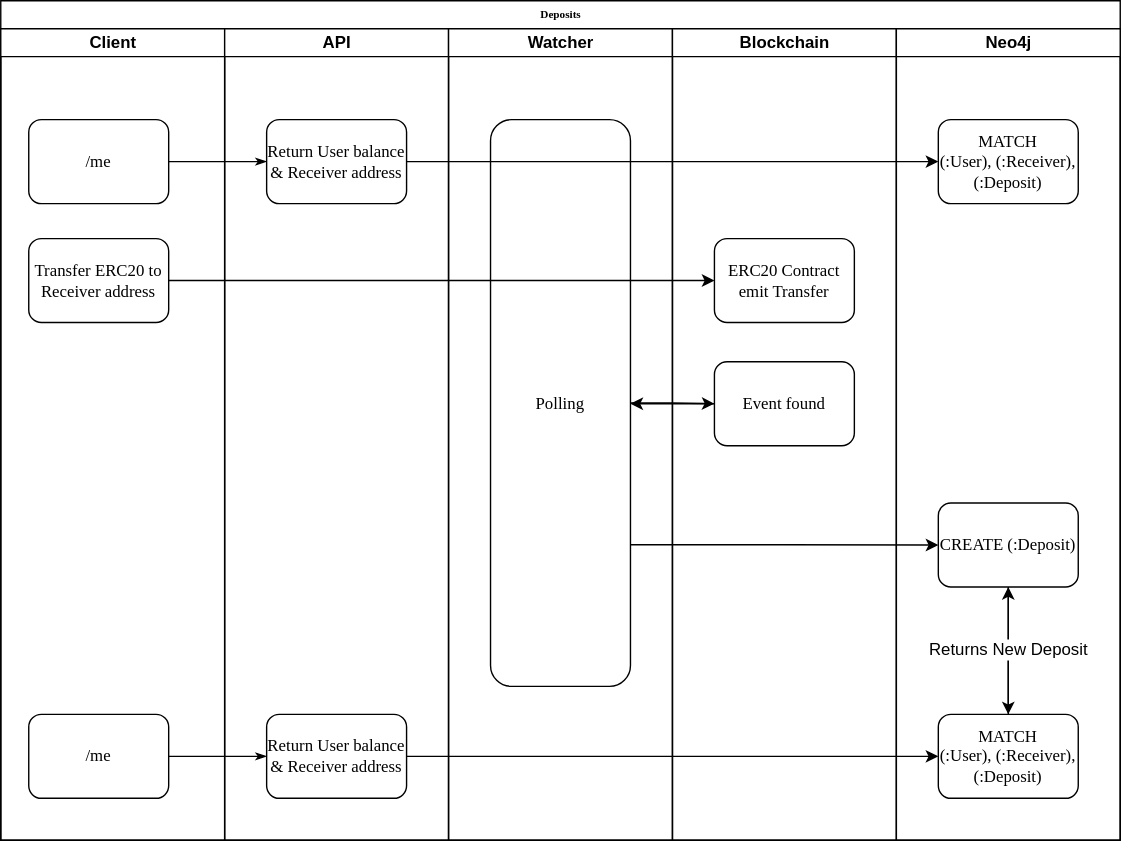
Before: docs/diagrams/deposit.drawio.svg, a diagram exported from draw.io (danstarns/centralized-eth-erc20-payments). Source tidied: cells renumbered, new cells last; positions are measured from the earlier drawing's top-left corner, leaving out a move shared by most shapes.
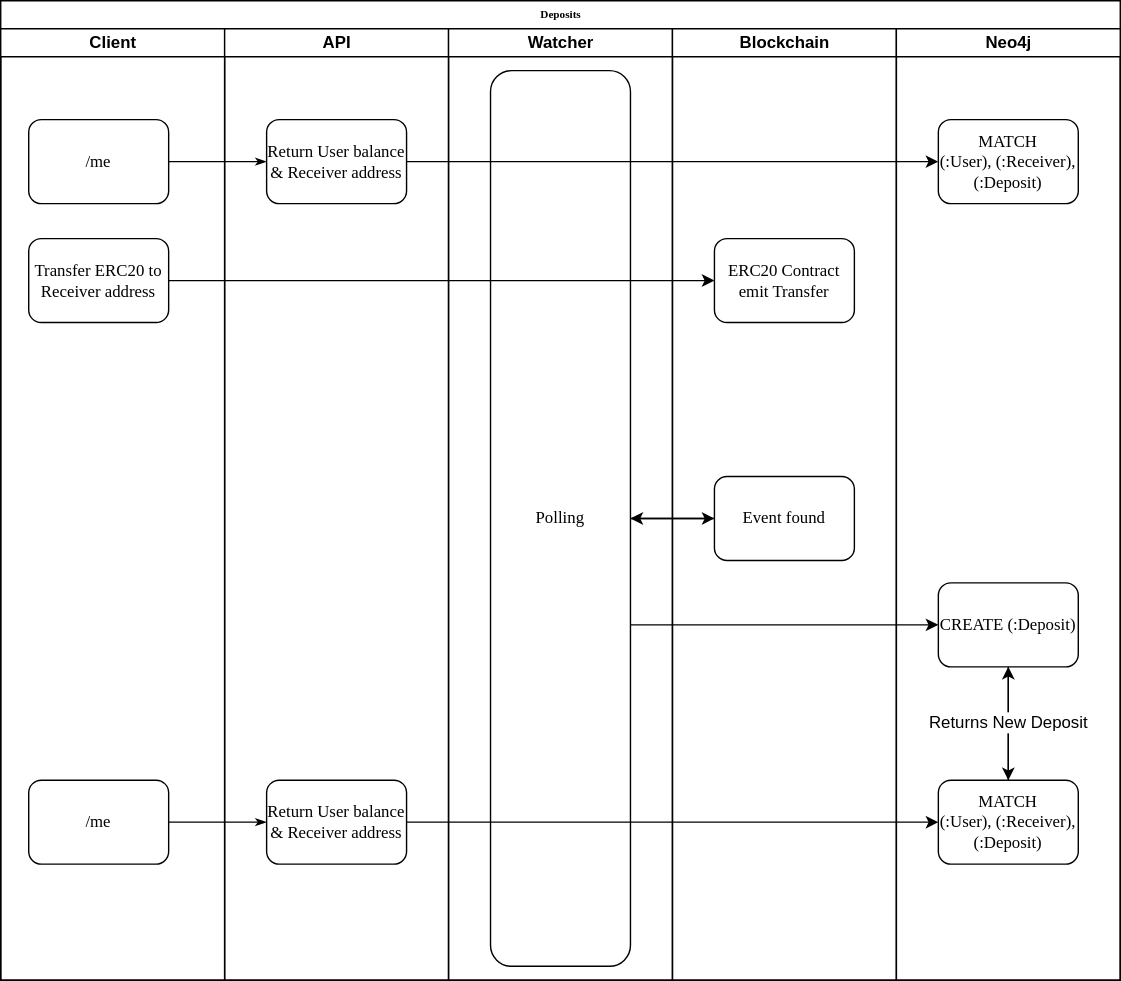
After the change.

The edit, as a diff of the source:
```diff
@@ -3,10 +3,10 @@
     <mxCell id="0" />
     <mxCell id="1" parent="0" />
     <mxCell id="2" value="Deposits" style="swimlane;html=1;startSize=20;rounded=0;shadow=0;labelBackgroundColor=none;strokeWidth=1;fontFamily=Verdana;fontSize=8;align=center;" parent="1" vertex="1">
-      <mxGeometry width="800" height="600" as="geometry" />
+      <mxGeometry width="800" height="700" as="geometry" />
     </mxCell>
     <mxCell id="3" value="Client" style="swimlane;html=1;startSize=20;" parent="2" vertex="1">
-      <mxGeometry y="20" width="160" height="580" as="geometry" />
+      <mxGeometry y="20" width="160" height="680" as="geometry" />
     </mxCell>
     <mxCell id="4" value="&lt;font style=&quot;font-size: 12px&quot;&gt;/me&lt;/font&gt;" style="rounded=1;whiteSpace=wrap;html=1;shadow=0;labelBackgroundColor=none;strokeWidth=1;fontFamily=Verdana;fontSize=8;align=center;" parent="3" vertex="1">
       <mxGeometry x="20" y="65" width="100" height="60" as="geometry" />
@@ -15,7 +15,7 @@
       <mxGeometry x="20" y="150" width="100" height="60" as="geometry" />
     </mxCell>
     <mxCell id="6" value="&lt;font style=&quot;font-size: 12px&quot;&gt;/me&lt;/font&gt;" style="rounded=1;whiteSpace=wrap;html=1;shadow=0;labelBackgroundColor=none;strokeWidth=1;fontFamily=Verdana;fontSize=8;align=center;" parent="3" vertex="1">
-      <mxGeometry x="20" y="490" width="100" height="60" as="geometry" />
+      <mxGeometry x="20" y="537" width="100" height="60" as="geometry" />
     </mxCell>
     <mxCell id="7" style="edgeStyle=orthogonalEdgeStyle;rounded=1;html=1;labelBackgroundColor=none;startArrow=none;startFill=0;startSize=5;endArrow=classicThin;endFill=1;endSize=5;jettySize=auto;strokeWidth=1;fontFamily=Verdana;fontSize=8;" parent="2" edge="1" source="4">
       <mxGeometry relative="1" as="geometry">
@@ -23,32 +23,32 @@
       </mxGeometry>
     </mxCell>
     <mxCell id="8" value="API" style="swimlane;html=1;startSize=20;" parent="2" vertex="1">
-      <mxGeometry x="160" y="20" width="160" height="580" as="geometry" />
+      <mxGeometry x="160" y="20" width="160" height="680" as="geometry" />
     </mxCell>
     <mxCell id="9" value="&lt;font style=&quot;font-size: 12px&quot;&gt;Return User balance &amp;amp; Receiver address&lt;/font&gt;" style="rounded=1;whiteSpace=wrap;html=1;shadow=0;labelBackgroundColor=none;strokeWidth=1;fontFamily=Verdana;fontSize=8;align=center;" parent="8" vertex="1">
       <mxGeometry x="30" y="65" width="100" height="60" as="geometry" />
     </mxCell>
     <mxCell id="10" value="&lt;span style=&quot;font-size: 12px&quot;&gt;Return User balance &amp;amp; Receiver address&lt;/span&gt;" style="rounded=1;whiteSpace=wrap;html=1;shadow=0;labelBackgroundColor=none;strokeWidth=1;fontFamily=Verdana;fontSize=8;align=center;" parent="8" vertex="1">
-      <mxGeometry x="30" y="490" width="100" height="60" as="geometry" />
+      <mxGeometry x="30" y="537" width="100" height="60" as="geometry" />
     </mxCell>
     <mxCell id="11" value="Watcher" style="swimlane;html=1;startSize=20;" parent="2" vertex="1">
-      <mxGeometry x="320" y="20" width="160" height="580" as="geometry" />
+      <mxGeometry x="320" y="20" width="160" height="680" as="geometry" />
     </mxCell>
     <mxCell id="12" value="&lt;font style=&quot;font-size: 12px&quot;&gt;Polling&lt;/font&gt;" style="rounded=1;whiteSpace=wrap;html=1;shadow=0;labelBackgroundColor=none;strokeWidth=1;fontFamily=Verdana;fontSize=8;align=center;" parent="11" vertex="1">
-      <mxGeometry x="30" y="65" width="100" height="405" as="geometry" />
+      <mxGeometry x="30" y="30" width="100" height="640" as="geometry" />
     </mxCell>
     <mxCell id="13" style="edgeStyle=orthogonalEdgeStyle;rounded=0;orthogonalLoop=1;jettySize=auto;html=1;exitX=0.5;exitY=1;exitDx=0;exitDy=0;fontSize=12;" parent="11" edge="1" source="12" target="12">
       <mxGeometry relative="1" as="geometry" />
     </mxCell>
     <mxCell id="14" value="Blockchain" style="swimlane;html=1;startSize=20;" parent="2" vertex="1">
-      <mxGeometry x="480" y="20" width="160" height="580" as="geometry" />
+      <mxGeometry x="480" y="20" width="160" height="680" as="geometry" />
     </mxCell>
-    <mxCell id="15" style="edgeStyle=orthogonalEdgeStyle;rounded=1;html=1;labelBackgroundColor=none;startArrow=none;startFill=0;startSize=5;endArrow=classicThin;endFill=1;endSize=5;jettySize=auto;strokeColor=#000000;strokeWidth=1;fontFamily=Verdana;fontSize=8;fontColor=#000000;" parent="14" edge="1" target="x">
+    <mxCell id="15" style="edgeStyle=orthogonalEdgeStyle;rounded=1;html=1;labelBackgroundColor=none;startArrow=none;startFill=0;startSize=5;endArrow=classicThin;endFill=1;endSize=5;jettySize=auto;orthogonalLoop=1;strokeColor=#000000;strokeWidth=1;fontFamily=Verdana;fontSize=8;fontColor=#000000;" parent="14" edge="1">
       <mxGeometry relative="1" as="geometry">
         <mxPoint x="80" y="300" as="sourcePoint" />
       </mxGeometry>
     </mxCell>
-    <mxCell id="16" style="edgeStyle=orthogonalEdgeStyle;rounded=1;html=1;labelBackgroundColor=none;startArrow=none;startFill=0;startSize=5;endArrow=classicThin;endFill=1;endSize=5;jettySize=auto;strokeWidth=1;fontFamily=Verdana;fontSize=8;" parent="14" edge="1" target="x">
+    <mxCell id="16" style="edgeStyle=orthogonalEdgeStyle;rounded=1;html=1;labelBackgroundColor=none;startArrow=none;startFill=0;startSize=5;endArrow=classicThin;endFill=1;endSize=5;jettySize=auto;orthogonalLoop=1;strokeWidth=1;fontFamily=Verdana;fontSize=8;" parent="14" edge="1">
       <mxGeometry relative="1" as="geometry">
         <mxPoint x="80" y="380" as="sourcePoint" />
       </mxGeometry>
@@ -57,10 +57,16 @@
       <mxGeometry x="30" y="150" width="100" height="60" as="geometry" />
     </mxCell>
     <mxCell id="18" value="Event found" style="rounded=1;whiteSpace=wrap;html=1;shadow=0;labelBackgroundColor=none;strokeWidth=1;fontFamily=Verdana;fontSize=12;align=center;" parent="14" vertex="1">
-      <mxGeometry x="30" y="238" width="100" height="60" as="geometry" />
+      <mxGeometry x="30" y="320" width="100" height="60" as="geometry" />
     </mxCell>
+    <mxCell id="29" style="edgeStyle=orthogonalEdgeStyle;rounded=1;html=1;labelBackgroundColor=none;startArrow=none;startFill=0;startSize=5;endArrow=classicThin;endFill=1;endSize=5;jettySize=auto;strokeWidth=1;fontFamily=Verdana;fontSize=8;entryX=0;entryY=0.5;entryDx=0;entryDy=0;" parent="2" edge="1" source="6" target="10">
+      <mxGeometry relative="1" as="geometry" />
+    </mxCell>
+    <mxCell id="30" style="edgeStyle=orthogonalEdgeStyle;rounded=0;jettySize=auto;html=1;exitX=1;exitY=0.5;exitDx=0;exitDy=0;entryX=0;entryY=0.5;entryDx=0;entryDy=0;fontSize=12;" parent="2" edge="1" source="10" target="24">
+      <mxGeometry relative="1" as="geometry" />
+    </mxCell>
     <mxCell id="19" value="Neo4j" style="swimlane;html=1;startSize=20;" parent="2" vertex="1">
-      <mxGeometry x="640" y="20" width="160" height="580" as="geometry" />
+      <mxGeometry x="640" y="20" width="160" height="680" as="geometry" />
     </mxCell>
     <mxCell id="20" value="&lt;font style=&quot;font-size: 12px&quot;&gt;MATCH&lt;br&gt;(:User), (:Receiver), (:Deposit)&lt;/font&gt;" style="rounded=1;whiteSpace=wrap;html=1;shadow=0;labelBackgroundColor=none;strokeWidth=1;fontFamily=Verdana;fontSize=8;align=center;" parent="19" vertex="1">
       <mxGeometry x="30" y="65" width="100" height="60" as="geometry" />
@@ -69,13 +75,13 @@
       <mxGeometry relative="1" as="geometry" />
     </mxCell>
     <mxCell id="22" value="&lt;font style=&quot;font-size: 12px&quot;&gt;CREATE (:Deposit)&lt;/font&gt;" style="rounded=1;whiteSpace=wrap;html=1;shadow=0;labelBackgroundColor=none;strokeWidth=1;fontFamily=Verdana;fontSize=8;align=center;" parent="19" vertex="1">
-      <mxGeometry x="30" y="339" width="100" height="60" as="geometry" />
+      <mxGeometry x="30" y="396" width="100" height="60" as="geometry" />
     </mxCell>
     <mxCell id="23" value="Returns New Deposit" style="edgeStyle=orthogonalEdgeStyle;rounded=0;jettySize=auto;html=1;exitX=0.5;exitY=0;exitDx=0;exitDy=0;entryX=0.5;entryY=1;entryDx=0;entryDy=0;fontSize=12;" parent="19" edge="1" source="24" target="22">
       <mxGeometry relative="1" as="geometry" />
     </mxCell>
     <mxCell id="24" value="&lt;font style=&quot;font-size: 12px&quot;&gt;MATCH&lt;br&gt;(:User), (:Receiver), (:Deposit)&lt;/font&gt;" style="rounded=1;whiteSpace=wrap;html=1;shadow=0;labelBackgroundColor=none;strokeWidth=1;fontFamily=Verdana;fontSize=8;align=center;" parent="19" vertex="1">
-      <mxGeometry x="30" y="490" width="100" height="60" as="geometry" />
+      <mxGeometry x="30" y="537" width="100" height="60" as="geometry" />
     </mxCell>
     <mxCell id="25" style="edgeStyle=orthogonalEdgeStyle;rounded=0;jettySize=auto;html=1;exitX=1;exitY=0.5;exitDx=0;exitDy=0;fontSize=12;" parent="2" edge="1" source="9" target="20">
       <mxGeometry relative="1" as="geometry" />
@@ -83,22 +89,16 @@
     <mxCell id="26" style="edgeStyle=orthogonalEdgeStyle;rounded=0;jettySize=auto;html=1;exitX=1;exitY=0.5;exitDx=0;exitDy=0;entryX=0;entryY=0.5;entryDx=0;entryDy=0;fontSize=12;" parent="2" edge="1" source="5" target="17">
       <mxGeometry relative="1" as="geometry" />
     </mxCell>
+    <mxCell id="28" style="edgeStyle=orthogonalEdgeStyle;rounded=0;jettySize=auto;html=1;exitX=1;exitY=0.75;exitDx=0;exitDy=0;entryX=0;entryY=0.5;entryDx=0;entryDy=0;fontSize=12;" parent="2" edge="1" target="22">
+      <mxGeometry relative="1" as="geometry">
+        <mxPoint x="450" y="446" as="sourcePoint" />
+      </mxGeometry>
+    </mxCell>
-    <mxCell id="27" style="edgeStyle=orthogonalEdgeStyle;rounded=0;jettySize=auto;html=1;exitX=1;exitY=0.5;exitDx=0;exitDy=0;entryX=0;entryY=0.5;entryDx=0;entryDy=0;fontSize=12;" parent="2" edge="1" source="12" target="18">
+    <mxCell id="27" style="edgeStyle=orthogonalEdgeStyle;rounded=0;jettySize=auto;html=1;exitX=1;exitY=0.5;exitDx=0;exitDy=0;" parent="2" edge="1" source="12" target="18">
       <mxGeometry relative="1" as="geometry" />
     </mxCell>
-    <mxCell id="28" style="edgeStyle=orthogonalEdgeStyle;rounded=0;jettySize=auto;html=1;exitX=1;exitY=0.75;exitDx=0;exitDy=0;entryX=0;entryY=0.5;entryDx=0;entryDy=0;fontSize=12;" parent="2" edge="1" source="12" target="22">
-      <mxGeometry relative="1" as="geometry" />
-    </mxCell>
-    <mxCell id="29" style="edgeStyle=orthogonalEdgeStyle;rounded=1;html=1;labelBackgroundColor=none;startArrow=none;startFill=0;startSize=5;endArrow=classicThin;endFill=1;endSize=5;jettySize=auto;strokeWidth=1;fontFamily=Verdana;fontSize=8;entryX=0;entryY=0.5;entryDx=0;entryDy=0;" parent="2" edge="1" source="6" target="10">
-      <mxGeometry relative="1" as="geometry" />
-    </mxCell>
-    <mxCell id="30" style="edgeStyle=orthogonalEdgeStyle;rounded=0;jettySize=auto;html=1;exitX=1;exitY=0.5;exitDx=0;exitDy=0;entryX=0;entryY=0.5;entryDx=0;entryDy=0;fontSize=12;" parent="2" edge="1" source="10" target="24">
-      <mxGeometry relative="1" as="geometry" />
-    </mxCell>
-    <mxCell id="31" style="edgeStyle=orthogonalEdgeStyle;rounded=0;jettySize=auto;html=1;exitX=0;exitY=0.5;exitDx=0;exitDy=0;fontSize=12;" parent="1" edge="1" source="18">
-      <mxGeometry relative="1" as="geometry">
-        <mxPoint x="450" y="288" as="targetPoint" />
-      </mxGeometry>
-    </mxCell>
+    <mxCell id="32" style="edgeStyle=orthogonalEdgeStyle;rounded=0;jettySize=auto;html=1;exitX=0;exitY=0.5;exitDx=0;exitDy=0;" parent="2" edge="1" source="18" target="12">
+      <mxGeometry relative="1" as="geometry" />
+    </mxCell>
   </root>
 </mxGraphModel>
```
